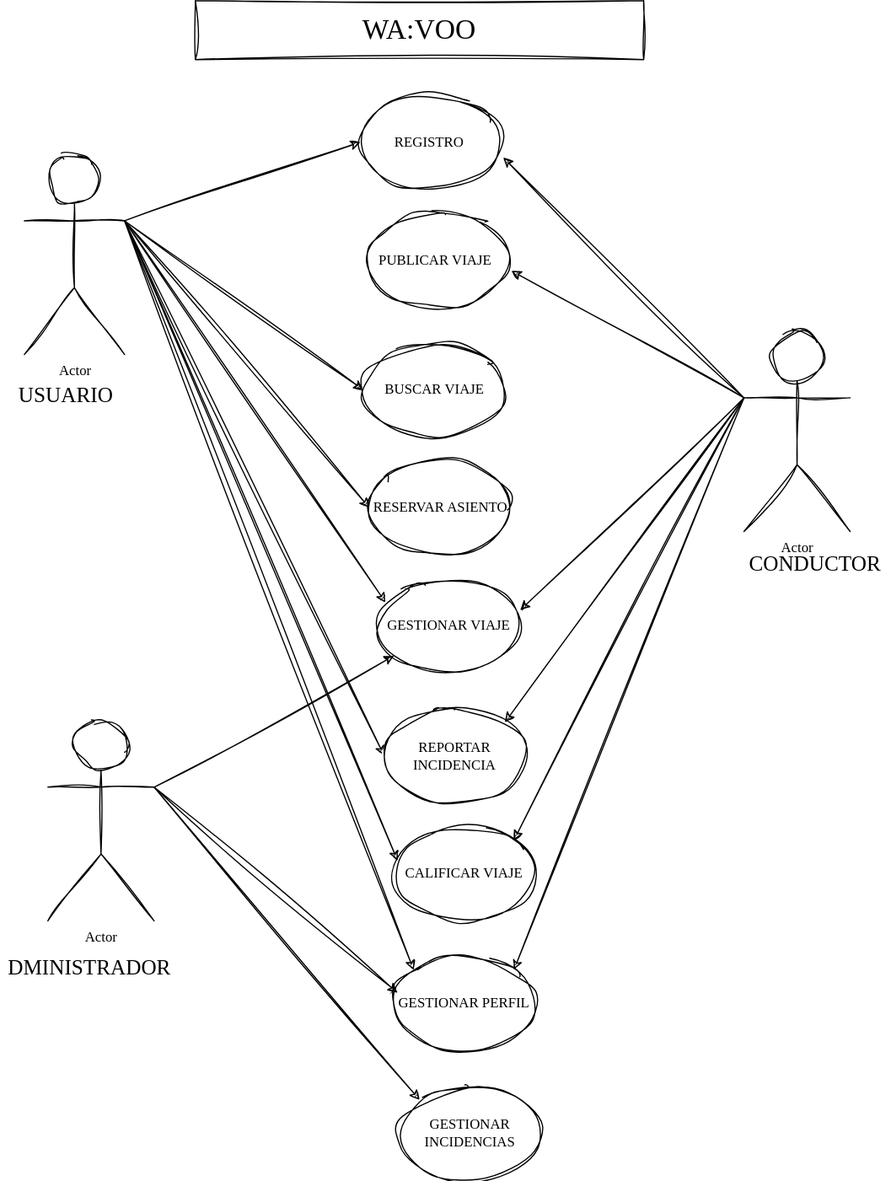
The draw.io diagram Documentacion/WAWOO.svg in JoseMariaEspinoza/WAVOO, before a commit. Source tidied: cells renumbered, new cells last; positions are measured from the earlier drawing's top-left corner, leaving out a move shared by most shapes.
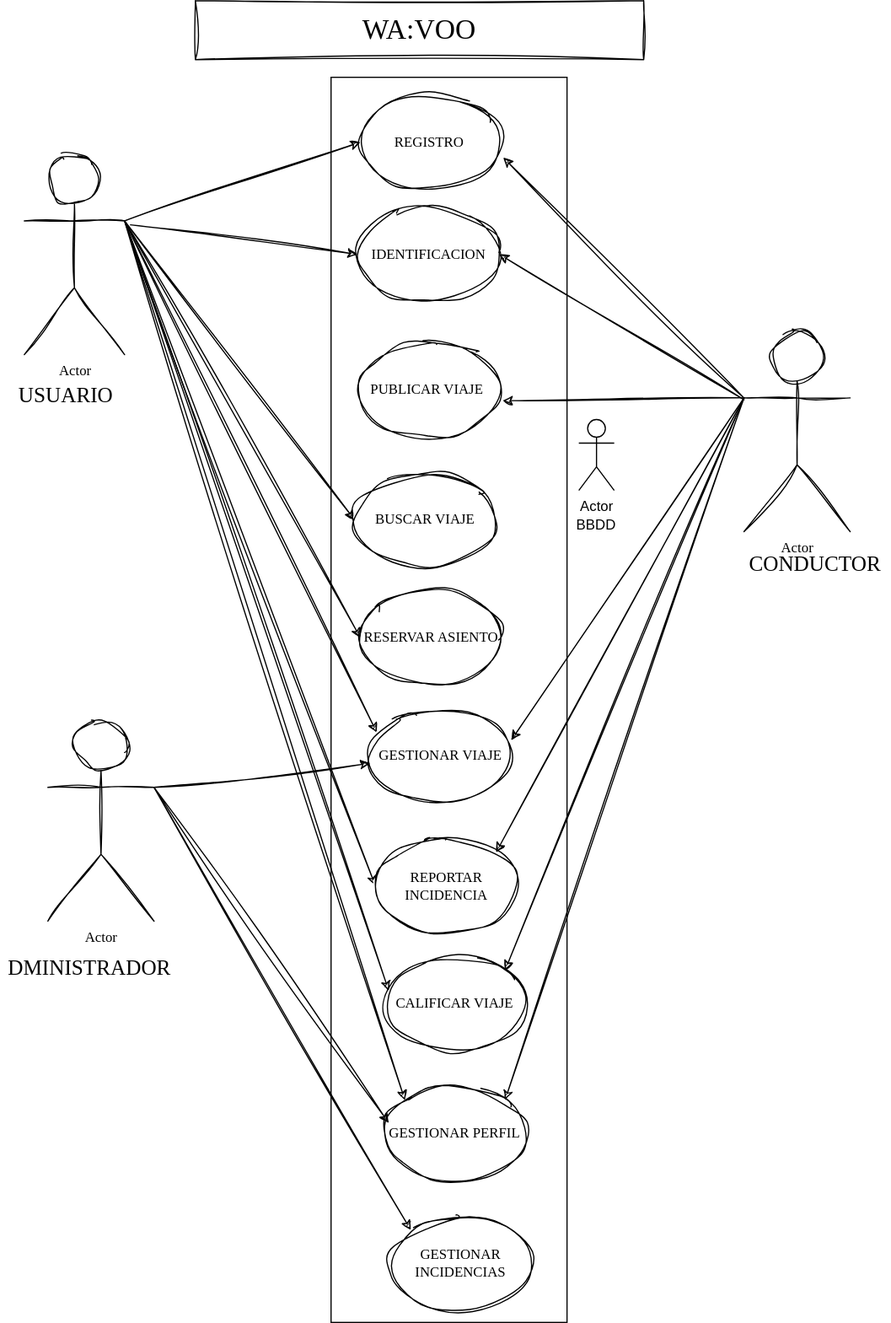
Above is the later version.

Commit message:
cambios documentos

Diff of the diagram source:
```diff
@@ -30,16 +30,16 @@
       <mxGeometry x="305" y="80" width="120" height="80" as="geometry" />
     </mxCell>
     <mxCell id="11" value="PUBLICAR VIAJE&amp;nbsp;" style="ellipse;whiteSpace=wrap;html=1;hachureGap=4;fontFamily=Architects Daughter;fontSource=https%3A%2F%2Ffonts.googleapis.com%2Fcss%3Ffamily%3DArchitects%2BDaughter;labelBackgroundColor=none;rounded=1;sketch=1;curveFitting=1;jiggle=2;" parent="1" vertex="1">
-      <mxGeometry x="310" y="180" width="120" height="80" as="geometry" />
+      <mxGeometry x="302.5" y="290" width="120" height="80" as="geometry" />
     </mxCell>
     <mxCell id="12" value="BUSCAR VIAJE" style="ellipse;whiteSpace=wrap;html=1;hachureGap=4;fontFamily=Architects Daughter;fontSource=https%3A%2F%2Ffonts.googleapis.com%2Fcss%3Ffamily%3DArchitects%2BDaughter;labelBackgroundColor=none;rounded=1;sketch=1;curveFitting=1;jiggle=2;" parent="1" vertex="1">
-      <mxGeometry x="307.5" y="290" width="120" height="80" as="geometry" />
+      <mxGeometry x="300" y="400" width="120" height="80" as="geometry" />
     </mxCell>
     <mxCell id="13" value="RESERVAR ASIENTO" style="ellipse;whiteSpace=wrap;html=1;hachureGap=4;fontFamily=Architects Daughter;fontSource=https%3A%2F%2Ffonts.googleapis.com%2Fcss%3Ffamily%3DArchitects%2BDaughter;labelBackgroundColor=none;rounded=1;sketch=1;curveFitting=1;jiggle=2;" parent="1" vertex="1">
-      <mxGeometry x="312.5" y="390" width="120" height="80" as="geometry" />
+      <mxGeometry x="305" y="500" width="120" height="80" as="geometry" />
     </mxCell>
     <mxCell id="14" value="GESTIONAR PERFIL" style="ellipse;whiteSpace=wrap;html=1;hachureGap=4;fontFamily=Architects Daughter;fontSource=https%3A%2F%2Ffonts.googleapis.com%2Fcss%3Ffamily%3DArchitects%2BDaughter;labelBackgroundColor=none;rounded=1;sketch=1;curveFitting=1;jiggle=2;" parent="1" vertex="1">
-      <mxGeometry x="332.5" y="810" width="120" height="80" as="geometry" />
+      <mxGeometry x="325" y="920" width="120" height="80" as="geometry" />
     </mxCell>
     <mxCell id="15" style="edgeStyle=none;rounded=1;hachureGap=4;jettySize=auto;html=1;exitX=1;exitY=0.3333333333333333;exitDx=0;exitDy=0;exitPerimeter=0;entryX=0;entryY=0;entryDx=0;entryDy=0;fontFamily=Architects Daughter;fontSource=https%3A%2F%2Ffonts.googleapis.com%2Fcss%3Ffamily%3DArchitects%2BDaughter;labelBackgroundColor=none;fontColor=default;sketch=1;curveFitting=1;jiggle=2;" parent="1" edge="1" source="17" target="26">
       <mxGeometry relative="1" as="geometry" />
@@ -69,13 +69,13 @@
       <mxGeometry x="625" y="460" width="130" height="50" as="geometry" />
     </mxCell>
     <mxCell id="24" value="CALIFICAR VIAJE" style="ellipse;whiteSpace=wrap;html=1;hachureGap=4;fontFamily=Architects Daughter;fontSource=https%3A%2F%2Ffonts.googleapis.com%2Fcss%3Ffamily%3DArchitects%2BDaughter;labelBackgroundColor=none;rounded=1;sketch=1;curveFitting=1;jiggle=2;" parent="1" vertex="1">
-      <mxGeometry x="332.5" y="700" width="120" height="80" as="geometry" />
+      <mxGeometry x="325" y="810" width="120" height="80" as="geometry" />
     </mxCell>
     <mxCell id="25" value="REPORTAR INCIDENCIA" style="ellipse;whiteSpace=wrap;html=1;hachureGap=4;fontFamily=Architects Daughter;fontSource=https%3A%2F%2Ffonts.googleapis.com%2Fcss%3Ffamily%3DArchitects%2BDaughter;labelBackgroundColor=none;rounded=1;sketch=1;curveFitting=1;jiggle=2;" parent="1" vertex="1">
-      <mxGeometry x="325" y="600" width="120" height="80" as="geometry" />
+      <mxGeometry x="317.5" y="710" width="120" height="80" as="geometry" />
     </mxCell>
     <mxCell id="26" value="GESTIONAR INCIDENCIAS" style="ellipse;whiteSpace=wrap;html=1;hachureGap=4;fontFamily=Architects Daughter;fontSource=https%3A%2F%2Ffonts.googleapis.com%2Fcss%3Ffamily%3DArchitects%2BDaughter;labelBackgroundColor=none;rounded=1;sketch=1;curveFitting=1;jiggle=2;" parent="1" vertex="1">
-      <mxGeometry x="337.5" y="920" width="120" height="80" as="geometry" />
+      <mxGeometry x="330" y="1030" width="120" height="80" as="geometry" />
     </mxCell>
     <mxCell id="27" style="edgeStyle=none;rounded=1;hachureGap=4;jettySize=auto;html=1;exitX=1;exitY=0.3333333333333333;exitDx=0;exitDy=0;exitPerimeter=0;entryX=0.033;entryY=0.363;entryDx=0;entryDy=0;entryPerimeter=0;fontFamily=Architects Daughter;fontSource=https%3A%2F%2Ffonts.googleapis.com%2Fcss%3Ffamily%3DArchitects%2BDaughter;labelBackgroundColor=none;fontColor=default;sketch=1;curveFitting=1;jiggle=2;" parent="1" edge="1" source="8" target="24">
       <mxGeometry relative="1" as="geometry" />
@@ -93,10 +93,30 @@
       <mxGeometry x="165" width="380" height="50" as="geometry" />
     </mxCell>
     <mxCell id="32" value="GESTIONAR VIAJE" style="ellipse;whiteSpace=wrap;html=1;hachureGap=4;fontFamily=Architects Daughter;fontSource=https%3A%2F%2Ffonts.googleapis.com%2Fcss%3Ffamily%3DArchitects%2BDaughter;labelBackgroundColor=none;rounded=1;sketch=1;curveFitting=1;jiggle=2;" parent="1" vertex="1">
-      <mxGeometry x="320" y="490" width="120" height="80" as="geometry" />
+      <mxGeometry x="312.5" y="600" width="120" height="80" as="geometry" />
     </mxCell>
     <mxCell id="33" style="edgeStyle=none;rounded=0;sketch=1;hachureGap=4;jiggle=2;curveFitting=1;jettySize=auto;html=1;exitX=0;exitY=0.3333333333333333;exitDx=0;exitDy=0;exitPerimeter=0;entryX=1.002;entryY=0.334;entryDx=0;entryDy=0;entryPerimeter=0;fontFamily=Architects Daughter;fontSource=https%3A%2F%2Ffonts.googleapis.com%2Fcss%3Ffamily%3DArchitects%2BDaughter;" parent="1" edge="1" source="22" target="32">
       <mxGeometry relative="1" as="geometry" />
     </mxCell>
+    <mxCell id="34" value="IDENTIFICACION" style="ellipse;whiteSpace=wrap;html=1;hachureGap=4;fontFamily=Architects Daughter;fontSource=https%3A%2F%2Ffonts.googleapis.com%2Fcss%3Ffamily%3DArchitects%2BDaughter;labelBackgroundColor=none;rounded=1;sketch=1;curveFitting=1;jiggle=2;" parent="1" vertex="1">
+      <mxGeometry x="302.5" y="175" width="120" height="80" as="geometry" />
+    </mxCell>
+    <mxCell id="35" style="edgeStyle=none;rounded=1;hachureGap=4;jettySize=auto;html=1;entryX=0;entryY=0.5;entryDx=0;entryDy=0;fontFamily=Architects Daughter;fontSource=https%3A%2F%2Ffonts.googleapis.com%2Fcss%3Ffamily%3DArchitects%2BDaughter;labelBackgroundColor=none;fontColor=default;sketch=1;curveFitting=1;jiggle=2;" parent="1" edge="1" target="34">
+      <mxGeometry relative="1" as="geometry">
+        <mxPoint x="110" y="190" as="sourcePoint" />
+      </mxGeometry>
+    </mxCell>
+    <mxCell id="36" style="edgeStyle=none;rounded=1;hachureGap=4;jettySize=auto;html=1;entryX=1;entryY=0.5;entryDx=0;entryDy=0;fontFamily=Architects Daughter;fontSource=https%3A%2F%2Ffonts.googleapis.com%2Fcss%3Ffamily%3DArchitects%2BDaughter;labelBackgroundColor=none;fontColor=default;sketch=1;curveFitting=1;jiggle=2;" parent="1" edge="1" source="22" target="34">
+      <mxGeometry relative="1" as="geometry" />
+    </mxCell>
+    <mxCell id="37" value="Actor" style="shape=umlActor;verticalLabelPosition=bottom;verticalAlign=top;html=1;" parent="1" vertex="1">
+      <mxGeometry x="490" y="355" width="30" height="60" as="geometry" />
+    </mxCell>
+    <mxCell id="38" style="rounded=0;whiteSpace=wrap;html=1;fillColor=none;" parent="1" vertex="1">
+      <mxGeometry x="280" y="65" width="200" height="1055" as="geometry" />
+    </mxCell>
+    <mxCell id="39" value="BBDD" style="text;html=1;align=center;verticalAlign=middle;whiteSpace=wrap;rounded=0;" parent="1" vertex="1">
+      <mxGeometry x="475" y="430" width="60" height="30" as="geometry" />
+    </mxCell>
   </root>
 </mxGraphModel>
```
